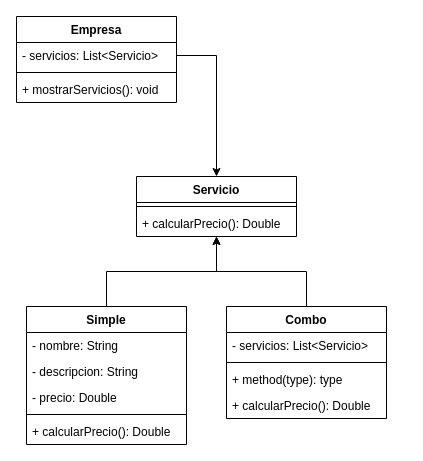
This is diagramas/Evalueishon.drawio from locchiato/clases-poo, a draw.io file, before an edit. Source tidied: cells renumbered, new cells numbered last; positions are measured from the earlier drawing's top-left corner, leaving out a move shared by most shapes. Both pictures are drawn from the tidied source at 100%, with x=0, y=0 at pixel (16, 16).
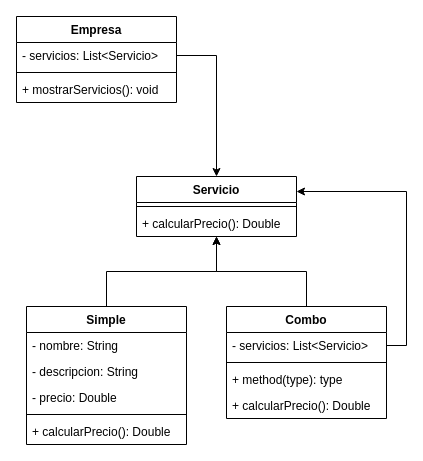
Above is the later version.

The change refers to these unchanged cells:
```xml
<mxCell id="11" value="- servicios: List&lt;Servicio&gt;" style="text;strokeColor=none;fillColor=none;align=left;verticalAlign=top;spacingLeft=4;spacingRight=4;overflow=hidden;points=[[0,0.5],[1,0.5]];portConstraint=eastwest;" parent="10" vertex="1">
  <mxGeometry y="26" width="160" height="26" as="geometry" />
</mxCell>
<mxCell id="19" value="Servicio" style="swimlane;fontStyle=1;align=center;verticalAlign=top;horizontal=1;startSize=26;" parent="1" vertex="1">
  <mxGeometry x="120" y="160" width="160" height="60" as="geometry" />
</mxCell>
```

The edit, as a diff of the source:
```diff
@@
+    <mxCell id="23" style="edgeStyle=orthogonalEdgeStyle;rounded=0;jettySize=auto;html=1;entryX=1;entryY=0.25;entryDx=0;entryDy=0;exitX=1;exitY=0.5;exitDx=0;exitDy=0;" parent="1" edge="1" source="11" target="19">
+      <mxGeometry relative="1" as="geometry" />
+    </mxCell>
```
